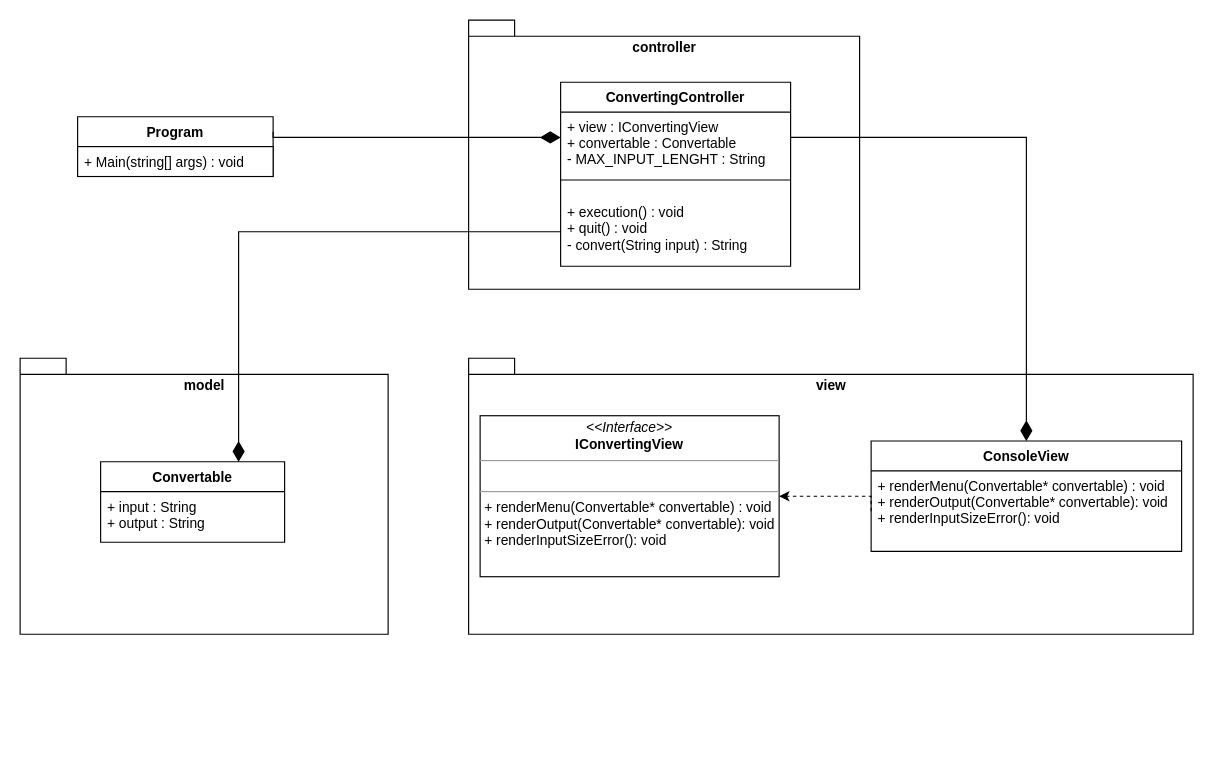
Before: ConvertApp_conception/ClassDiagram.drawio in Exxoss/ws-1-mvc, a draw.io diagram. Source tidied: cells renumbered, new cells numbered last; positions are measured from the earlier drawing's top-left corner, leaving out a move shared by most shapes. Both pictures are drawn from the tidied source at 115%, with x=0, y=0 at pixel (20, 20).
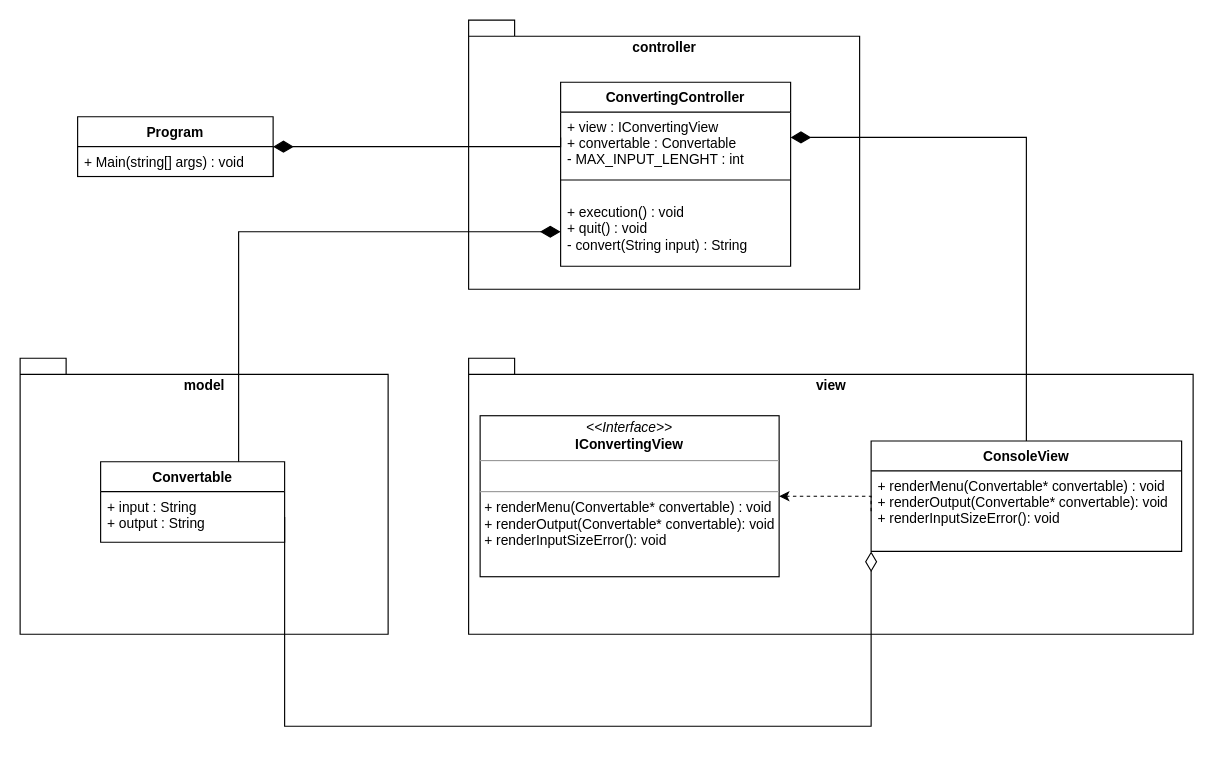
The same diagram, later.

Unchanged cells that the change refers to:
```xml
<mxCell id="2" value="Program" style="swimlane;fontStyle=1;align=center;verticalAlign=top;horizontal=1;startSize=26;" parent="1" vertex="1">
  <mxGeometry x="50" y="84" width="170" height="52" as="geometry" />
</mxCell>
<mxCell id="7" value="Convertable" style="swimlane;fontStyle=1;align=center;verticalAlign=top;horizontal=1;startSize=26;" parent="1" vertex="1">
  <mxGeometry x="70" y="384" width="160" height="70" as="geometry" />
</mxCell>
<mxCell id="8" value="+ input : String&#10;+ output : String" style="text;strokeColor=none;fillColor=none;align=left;verticalAlign=top;spacingLeft=4;spacingRight=4;overflow=hidden;points=[[0,0.5],[1,0.5]];portConstraint=eastwest;" parent="7" vertex="1">
  <mxGeometry y="26" width="160" height="44" as="geometry" />
</mxCell>
<mxCell id="9" value="ConsoleView" style="swimlane;fontStyle=1;align=center;verticalAlign=top;horizontal=1;startSize=26;" parent="1" vertex="1">
  <mxGeometry x="740" y="366" width="270" height="96" as="geometry" />
</mxCell>
<mxCell id="10" value="+ renderMenu(Convertable* convertable) : void&#10;+ renderOutput(Convertable* convertable): void&#10;+ renderInputSizeError(): void" style="text;strokeColor=none;fillColor=none;align=left;verticalAlign=top;spacingLeft=4;spacingRight=4;overflow=hidden;points=[[0,0.5],[1,0.5]];portConstraint=eastwest;" parent="9" vertex="1">
  <mxGeometry y="26" width="270" height="70" as="geometry" />
</mxCell>
<mxCell id="11" value="ConvertingController" style="swimlane;fontStyle=1;align=center;verticalAlign=top;horizontal=1;startSize=26;" parent="1" vertex="1">
  <mxGeometry x="470" y="54" width="200" height="160" as="geometry" />
</mxCell>
<mxCell id="14" value="+ execution() : void&#10;+ quit() : void&#10;- convert(String input) : String " style="text;strokeColor=none;fillColor=none;align=left;verticalAlign=top;spacingLeft=4;spacingRight=4;overflow=hidden;points=[[0,0.5],[1,0.5]];portConstraint=eastwest;" parent="11" vertex="1">
  <mxGeometry y="100" width="200" height="60" as="geometry" />
</mxCell>
```

The edit, as a diff of the source:
```diff
@@
-    <mxCell id="12" value="+ view : IConvertingView&#10;+ convertable : Convertable&#10;- MAX_INPUT_LENGHT : String" style="text;strokeColor=none;fillColor=none;align=left;verticalAlign=top;spacingLeft=4;spacingRight=4;overflow=hidden;points=[[0,0.5],[1,0.5]];portConstraint=eastwest;" parent="11" vertex="1">
+    <mxCell id="12" value="+ view : IConvertingView&#10;+ convertable : Convertable&#10;- MAX_INPUT_LENGHT : int" style="text;strokeColor=none;fillColor=none;align=left;verticalAlign=top;spacingLeft=4;spacingRight=4;overflow=hidden;points=[[0,0.5],[1,0.5]];portConstraint=eastwest;" parent="11" vertex="1">
       <mxGeometry y="26" width="200" height="44" as="geometry" />
     </mxCell>
@@
-    <mxCell id="17" style="edgeStyle=orthogonalEdgeStyle;rounded=0;jettySize=auto;html=1;exitX=1;exitY=0.5;exitDx=0;exitDy=0;entryX=0.5;entryY=0;entryDx=0;entryDy=0;endArrow=diamondThin;endFill=1;endSize=15;" parent="1" edge="1" source="12" target="9">
+    <mxCell id="17" style="edgeStyle=orthogonalEdgeStyle;rounded=0;jettySize=auto;html=1;exitX=1;exitY=0.5;exitDx=0;exitDy=0;entryX=0.5;entryY=0;entryDx=0;entryDy=0;endArrow=none;endFill=0;endSize=15;startArrow=diamondThin;startFill=1;startSize=15;" parent="1" edge="1" source="12" target="9">
       <mxGeometry relative="1" as="geometry" />
     </mxCell>
-    <mxCell id="18" style="edgeStyle=orthogonalEdgeStyle;rounded=0;jettySize=auto;html=1;exitX=0;exitY=0.5;exitDx=0;exitDy=0;entryX=0.75;entryY=0;entryDx=0;entryDy=0;endArrow=diamondThin;endFill=1;endSize=15;" parent="1" edge="1" source="14" target="7">
+    <mxCell id="18" style="edgeStyle=orthogonalEdgeStyle;rounded=0;jettySize=auto;html=1;exitX=0;exitY=0.5;exitDx=0;exitDy=0;entryX=0.75;entryY=0;entryDx=0;entryDy=0;endArrow=none;endFill=0;endSize=15;startSize=15;startArrow=diamondThin;startFill=1;" parent="1" edge="1" source="14" target="7">
       <mxGeometry relative="1" as="geometry" />
     </mxCell>
-    <mxCell id="19" style="edgeStyle=orthogonalEdgeStyle;rounded=0;jettySize=auto;html=1;exitX=1;exitY=0.25;exitDx=0;exitDy=0;entryX=0;entryY=0.5;entryDx=0;entryDy=0;endArrow=diamondThin;endFill=1;endSize=15;" parent="1" edge="1" source="2" target="12">
+    <mxCell id="19" style="edgeStyle=orthogonalEdgeStyle;rounded=0;jettySize=auto;html=1;entryX=0;entryY=0.5;entryDx=0;entryDy=0;endArrow=none;endFill=0;endSize=15;startArrow=diamondThin;startFill=1;startSize=15;exitX=1;exitY=0.5;exitDx=0;exitDy=0;" parent="1" edge="1" source="2" target="12">
       <mxGeometry relative="1" as="geometry">
         <Array as="points">
-          <mxPoint x="220" y="102" />
+          <mxPoint x="470" y="110" />
         </Array>
       </mxGeometry>
     </mxCell>
+    <mxCell id="20" style="edgeStyle=orthogonalEdgeStyle;rounded=0;jettySize=auto;html=1;entryX=1;entryY=0.5;entryDx=0;entryDy=0;startArrow=diamondThin;startFill=0;startSize=15;endArrow=none;endFill=0;" parent="1" edge="1" source="10" target="8">
+      <mxGeometry relative="1" as="geometry">
+        <Array as="points">
+          <mxPoint x="740" y="614" />
+          <mxPoint x="230" y="614" />
+        </Array>
+      </mxGeometry>
+    </mxCell>
```
